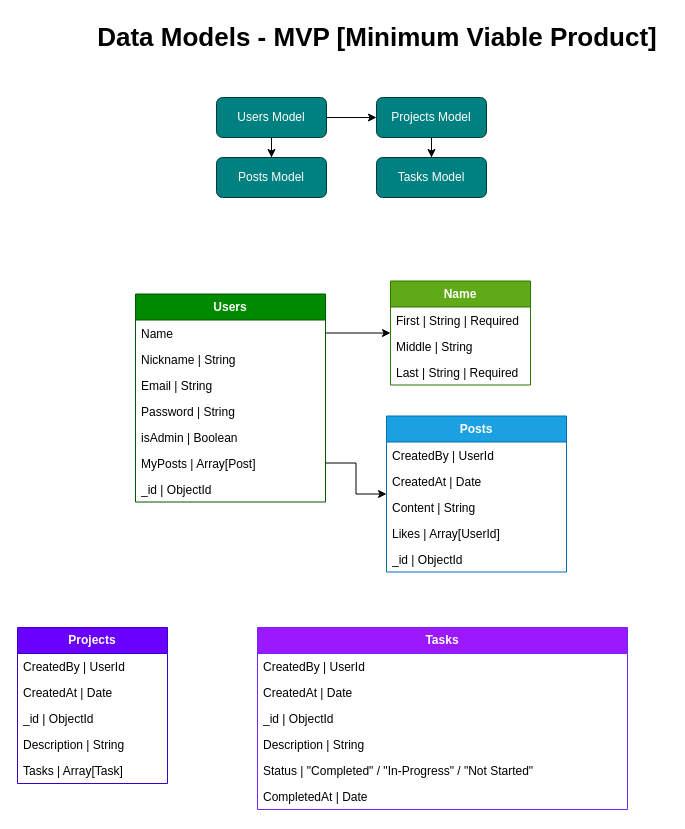
Earlier version of the draw.io diagram page "Data Models - MVP" (2 of 2) of docs/assets/planning/data_models.drawio (Gallucky/ClarityBox). Source tidied: cells renumbered, new cells numbered last; positions are measured from the earlier drawing's top-left corner, leaving out a move shared by most shapes. Both pictures are drawn from the tidied source at 100%, with x=0, y=0 at pixel (17, 17).
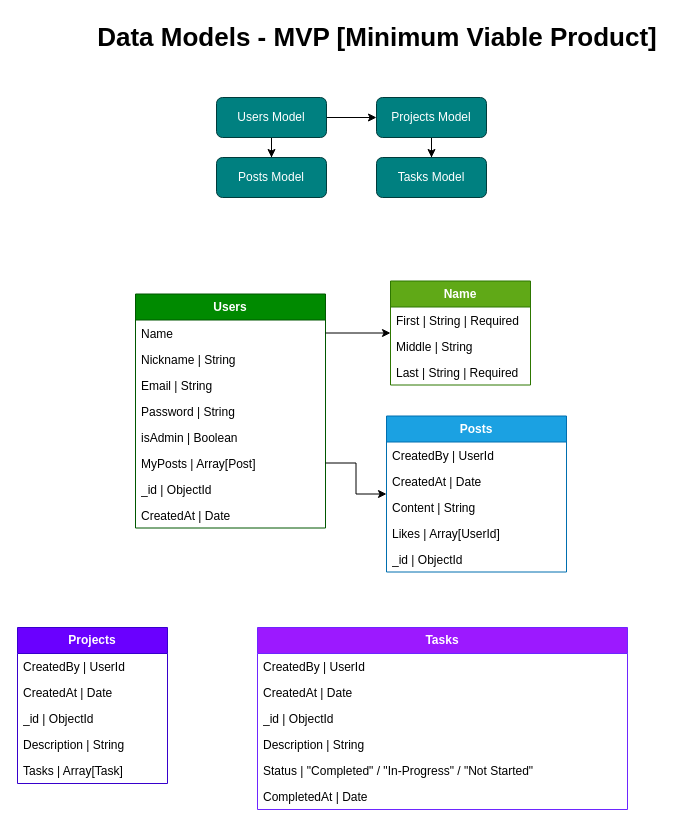
The same page after the edit.

Change to the diagram source:
```diff
@@
     <mxCell id="11" value="&lt;b&gt;Users&lt;/b&gt;" style="swimlane;fontStyle=0;horizontal=1;startSize=26;fillColor=#008a00;whiteSpace=wrap;html=1;fontColor=#ffffff;strokeColor=#005700;" parent="1" vertex="1">
-      <mxGeometry x="118" y="276.5" width="190" height="208" as="geometry" />
+      <mxGeometry x="118" y="276.5" width="190" height="234" as="geometry" />
     </mxCell>
@@
+    <mxCell id="44" value="CreatedAt | Date" style="text;strokeColor=none;fillColor=none;align=left;verticalAlign=top;spacingLeft=4;spacingRight=4;overflow=hidden;whiteSpace=wrap;html=1;" parent="11" vertex="1">
+      <mxGeometry y="208" width="190" height="26" as="geometry" />
+    </mxCell>
```
